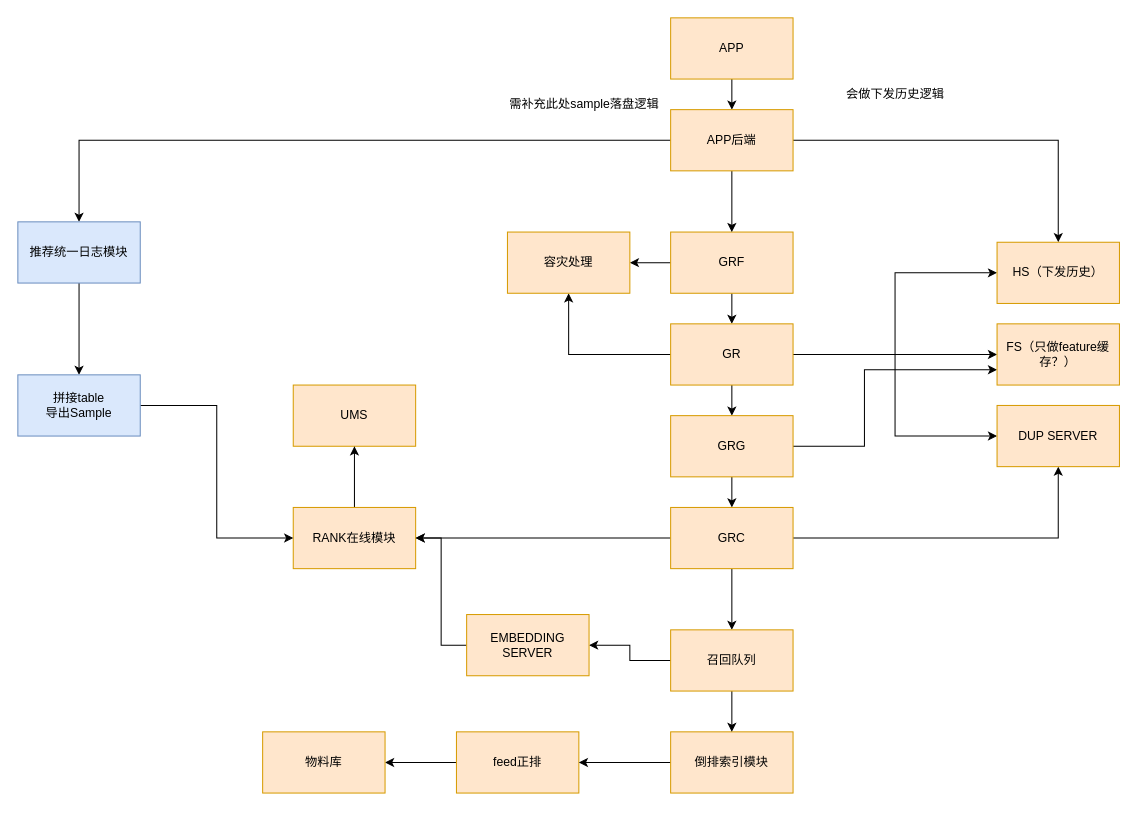
Earlier version of the draw.io diagram 推荐系统整体.drawio (x1yang/lzx). Source tidied: cells renumbered, new cells numbered last; positions are measured from the earlier drawing's top-left corner, leaving out a move shared by most shapes. Both pictures are drawn from the tidied source at 102%, with x=0, y=0 at pixel (17, 17).
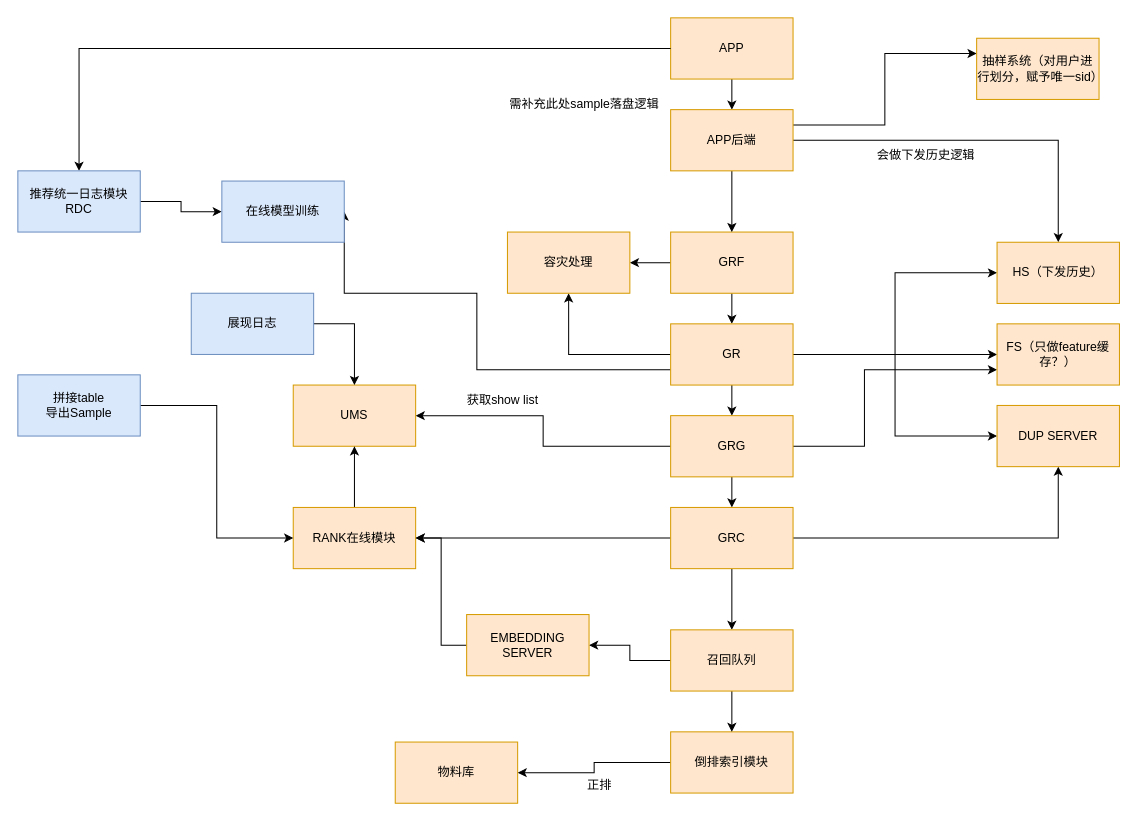
The same page after the edit.

Commit message:
更新推荐系统整体.drawio

The change refers to these unchanged cells:
```xml
<mxCell id="10" value="GR" style="rounded=0;whiteSpace=wrap;html=1;fillColor=#ffe6cc;strokeColor=#d79b00;" parent="1" vertex="1">
  <mxGeometry x="640" y="300" width="120" height="60" as="geometry" />
</mxCell>
<mxCell id="13" value="GRG" style="rounded=0;whiteSpace=wrap;html=1;fillColor=#ffe6cc;strokeColor=#d79b00;" parent="1" vertex="1">
  <mxGeometry x="640" y="390" width="120" height="60" as="geometry" />
</mxCell>
<mxCell id="18" value="UMS" style="rounded=0;whiteSpace=wrap;html=1;fillColor=#ffe6cc;strokeColor=#d79b00;" parent="1" vertex="1">
  <mxGeometry x="270" y="360" width="120" height="60" as="geometry" />
</mxCell>
<mxCell id="21" value="APP" style="rounded=0;whiteSpace=wrap;html=1;fillColor=#ffe6cc;strokeColor=#d79b00;" parent="1" vertex="1">
  <mxGeometry x="640" width="120" height="60" as="geometry" />
</mxCell>
<mxCell id="25" value="APP后端" style="rounded=0;whiteSpace=wrap;html=1;fillColor=#ffe6cc;strokeColor=#d79b00;" parent="1" vertex="1">
  <mxGeometry x="640" y="90" width="120" height="60" as="geometry" />
</mxCell>
<mxCell id="31" value="倒排索引模块" style="rounded=0;whiteSpace=wrap;html=1;fillColor=#ffe6cc;strokeColor=#d79b00;" parent="1" vertex="1">
  <mxGeometry x="640" y="700" width="120" height="60" as="geometry" />
</mxCell>
<mxCell id="46" value="拼接table&lt;br&gt;导出Sample" style="rounded=0;whiteSpace=wrap;html=1;fillColor=#dae8fc;strokeColor=#6c8ebf;" parent="1" vertex="1">
  <mxGeometry y="350" width="120" height="60" as="geometry" />
</mxCell>
```

Diff of the diagram source:
```diff
@@
+    <mxCell id="47" style="edgeStyle=orthogonalEdgeStyle;rounded=0;jettySize=auto;html=1;exitX=0;exitY=0.75;exitDx=0;exitDy=0;entryX=1;entryY=0.5;entryDx=0;entryDy=0;" parent="1" edge="1" source="10" target="52">
+      <mxGeometry relative="1" as="geometry">
+        <Array as="points">
+          <mxPoint x="450" y="345" />
+          <mxPoint x="450" y="270" />
+        </Array>
+      </mxGeometry>
+    </mxCell>
@@
+    <mxCell id="48" style="edgeStyle=orthogonalEdgeStyle;rounded=0;jettySize=auto;html=1;exitX=0;exitY=0.5;exitDx=0;exitDy=0;entryX=1;entryY=0.5;entryDx=0;entryDy=0;" parent="1" edge="1" source="13" target="18">
+      <mxGeometry relative="1" as="geometry" />
+    </mxCell>
@@
-    <mxCell id="22" style="edgeStyle=orthogonalEdgeStyle;rounded=0;jettySize=auto;html=1;exitX=0;exitY=0.5;exitDx=0;exitDy=0;entryX=0.5;entryY=0;entryDx=0;entryDy=0;" parent="1" edge="1" source="25" target="39">
+    <mxCell id="22" style="edgeStyle=orthogonalEdgeStyle;rounded=0;jettySize=auto;html=1;exitX=0;exitY=0.5;exitDx=0;exitDy=0;entryX=0.5;entryY=0;entryDx=0;entryDy=0;" parent="1" edge="1" source="21" target="39">
       <mxGeometry relative="1" as="geometry" />
     </mxCell>
@@
+    <mxCell id="49" style="edgeStyle=orthogonalEdgeStyle;rounded=0;jettySize=auto;html=1;exitX=1;exitY=0.25;exitDx=0;exitDy=0;entryX=0;entryY=0.25;entryDx=0;entryDy=0;" parent="1" edge="1" source="25" target="51">
+      <mxGeometry relative="1" as="geometry" />
+    </mxCell>
@@
     <mxCell id="26" value="会做下发历史逻辑" style="text;html=1;align=center;verticalAlign=middle;strokeColor=none;fillColor=none;" parent="1" vertex="1">
-      <mxGeometry x="800" y="60" width="120" height="30" as="geometry" />
+      <mxGeometry x="830" y="120" width="120" height="30" as="geometry" />
     </mxCell>
@@
-    <mxCell id="28" style="edgeStyle=orthogonalEdgeStyle;rounded=0;jettySize=auto;html=1;exitX=0;exitY=0.5;exitDx=0;exitDy=0;entryX=1;entryY=0.5;entryDx=0;entryDy=0;" parent="1" edge="1" source="29" target="42">
-      <mxGeometry relative="1" as="geometry" />
-    </mxCell>
-    <mxCell id="29" value="feed正排" style="rounded=0;whiteSpace=wrap;html=1;fillColor=#ffe6cc;strokeColor=#d79b00;" parent="1" vertex="1">
-      <mxGeometry x="430" y="700" width="120" height="60" as="geometry" />
-    </mxCell>
-    <mxCell id="30" style="edgeStyle=orthogonalEdgeStyle;rounded=0;jettySize=auto;html=1;exitX=0;exitY=0.5;exitDx=0;exitDy=0;entryX=1;entryY=0.5;entryDx=0;entryDy=0;" parent="1" edge="1" source="31" target="29">
+    <mxCell id="30" style="edgeStyle=orthogonalEdgeStyle;rounded=0;jettySize=auto;html=1;exitX=0;exitY=0.5;exitDx=0;exitDy=0;entryX=1;entryY=0.5;entryDx=0;entryDy=0;" parent="1" edge="1" source="31" target="42">
       <mxGeometry relative="1" as="geometry" />
     </mxCell>
@@
-    <mxCell id="38" style="edgeStyle=orthogonalEdgeStyle;rounded=0;jettySize=auto;html=1;exitX=0.5;exitY=1;exitDx=0;exitDy=0;entryX=0.5;entryY=0;entryDx=0;entryDy=0;" parent="1" edge="1" source="39" target="46">
-      <mxGeometry relative="1" as="geometry" />
-    </mxCell>
+    <mxCell id="50" style="edgeStyle=orthogonalEdgeStyle;rounded=0;jettySize=auto;html=1;exitX=1;exitY=0.5;exitDx=0;exitDy=0;entryX=0;entryY=0.5;entryDx=0;entryDy=0;" parent="1" edge="1" source="39" target="52">
+      <mxGeometry relative="1" as="geometry" />
+    </mxCell>
-    <mxCell id="39" value="推荐统一日志模块" style="rounded=0;whiteSpace=wrap;html=1;fillColor=#dae8fc;strokeColor=#6c8ebf;" parent="1" vertex="1">
-      <mxGeometry y="200" width="120" height="60" as="geometry" />
+    <mxCell id="39" value="推荐统一日志模块&lt;br&gt;RDC" style="rounded=0;whiteSpace=wrap;html=1;fillColor=#dae8fc;strokeColor=#6c8ebf;" parent="1" vertex="1">
+      <mxGeometry y="150" width="120" height="60" as="geometry" />
     </mxCell>
@@
     <mxCell id="42" value="物料库" style="rounded=0;whiteSpace=wrap;html=1;fillColor=#ffe6cc;strokeColor=#d79b00;" parent="1" vertex="1">
-      <mxGeometry x="240" y="700" width="120" height="60" as="geometry" />
+      <mxGeometry x="370" y="710" width="120" height="60" as="geometry" />
     </mxCell>
@@
+    <mxCell id="51" value="抽样系统（对用户进行划分，赋予唯一sid）" style="rounded=0;whiteSpace=wrap;html=1;fillColor=#ffe6cc;strokeColor=#d79b00;" parent="1" vertex="1">
+      <mxGeometry x="940" y="20" width="120" height="60" as="geometry" />
+    </mxCell>
+    <mxCell id="52" value="在线模型训练" style="rounded=0;whiteSpace=wrap;html=1;fillColor=#dae8fc;strokeColor=#6c8ebf;" parent="1" vertex="1">
+      <mxGeometry x="200" y="160" width="120" height="60" as="geometry" />
+    </mxCell>
+    <mxCell id="53" style="edgeStyle=orthogonalEdgeStyle;rounded=0;jettySize=auto;html=1;exitX=1;exitY=0.5;exitDx=0;exitDy=0;entryX=0.5;entryY=0;entryDx=0;entryDy=0;" parent="1" edge="1" source="54" target="18">
+      <mxGeometry relative="1" as="geometry" />
+    </mxCell>
+    <mxCell id="54" value="展现日志" style="rounded=0;whiteSpace=wrap;html=1;fillColor=#dae8fc;strokeColor=#6c8ebf;" parent="1" vertex="1">
+      <mxGeometry x="170" y="270" width="120" height="60" as="geometry" />
+    </mxCell>
+    <mxCell id="55" value="正排" style="text;html=1;align=center;verticalAlign=middle;strokeColor=none;fillColor=none;" parent="1" vertex="1">
+      <mxGeometry x="545" y="738" width="50" height="30" as="geometry" />
+    </mxCell>
+    <mxCell id="56" value="获取show list" style="text;html=1;align=center;verticalAlign=middle;strokeColor=none;fillColor=none;" parent="1" vertex="1">
+      <mxGeometry x="430" y="360" width="90" height="30" as="geometry" />
+    </mxCell>
```
